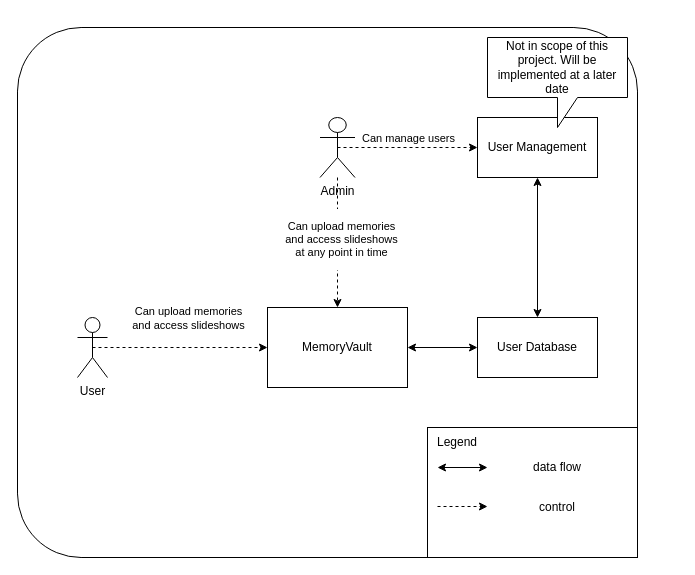
Before: documentation/context_diagram.drawio in togertz/MemoryVault, a draw.io diagram. Source tidied: cells renumbered, new cells numbered last; positions are measured from the earlier drawing's top-left corner, leaving out a move shared by most shapes. Both pictures are drawn from the tidied source at 100%, with x=0, y=0 at pixel (17, 27).
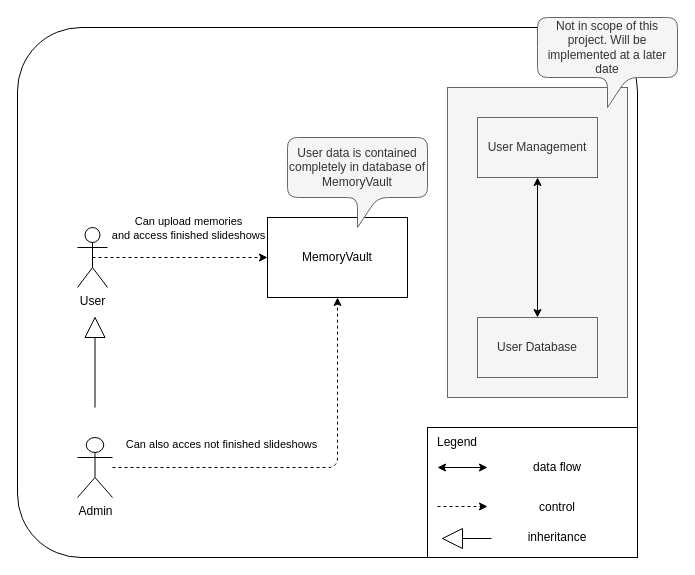
After the change.

Unchanged cells that the change refers to:
```xml
<mxCell id="3" style="edgeStyle=none;html=1;exitX=0.5;exitY=0.5;exitDx=0;exitDy=0;exitPerimeter=0;entryX=0;entryY=0.5;entryDx=0;entryDy=0;dashed=1;" parent="1" edge="1" source="5" target="7">
  <mxGeometry relative="1" as="geometry" />
</mxCell>
```

What changed in the source:
```diff
@@
+    <mxCell id="23" style="rounded=0;whiteSpace=wrap;html=1;fillColor=#f5f5f5;fontColor=#333333;strokeColor=#666666;" parent="1" vertex="1">
+      <mxGeometry x="430" y="60" width="180" height="310" as="geometry" />
+    </mxCell>
@@
-    <mxCell id="4" value="&lt;p&gt;Can upload memories&lt;br&gt;and access slideshows&lt;/p&gt;" style="edgeLabel;html=1;align=center;verticalAlign=middle;" parent="3" vertex="1">
+    <mxCell id="4" value="&lt;p&gt;Can upload memories&lt;br&gt;and access finished slideshows&lt;/p&gt;" style="edgeLabel;html=1;align=center;verticalAlign=middle;" parent="3" vertex="1">
       <mxGeometry x="-0.05" y="4" relative="1" as="geometry">
         <mxPoint x="12" y="-26" as="offset" />
       </mxGeometry>
     </mxCell>
     <mxCell id="5" value="User" style="shape=umlActor;verticalLabelPosition=bottom;verticalAlign=top;html=1;outlineConnect=0;" parent="1" vertex="1">
-      <mxGeometry x="60" y="290" width="30" height="60" as="geometry" />
+      <mxGeometry x="60" y="200" width="30" height="60" as="geometry" />
     </mxCell>
-    <mxCell id="6" style="edgeStyle=none;html=1;exitX=1;exitY=0.5;exitDx=0;exitDy=0;entryX=0;entryY=0.5;entryDx=0;entryDy=0;startArrow=classic;startFill=1;" parent="1" edge="1" source="7" target="8">
-      <mxGeometry relative="1" as="geometry" />
-    </mxCell>
     <mxCell id="7" value="MemoryVault" style="rounded=0;whiteSpace=wrap;html=1;" parent="1" vertex="1">
-      <mxGeometry x="250" y="280" width="140" height="80" as="geometry" />
+      <mxGeometry x="250" y="190" width="140" height="80" as="geometry" />
     </mxCell>
-    <mxCell id="8" value="User Database" style="rounded=0;whiteSpace=wrap;html=1;" parent="1" vertex="1">
+    <mxCell id="8" value="User Database" style="rounded=0;whiteSpace=wrap;html=1;fillColor=#f5f5f5;fontColor=#333333;strokeColor=#666666;shadow=0;" parent="1" vertex="1">
       <mxGeometry x="460" y="290" width="120" height="60" as="geometry" />
     </mxCell>
@@
-    <mxCell id="10" value="User Management" style="rounded=0;whiteSpace=wrap;html=1;" parent="1" vertex="1">
+    <mxCell id="10" value="User Management" style="rounded=0;whiteSpace=wrap;html=1;fillColor=#f5f5f5;fontColor=#333333;strokeColor=#666666;shadow=0;" parent="1" vertex="1">
       <mxGeometry x="460" y="90" width="120" height="60" as="geometry" />
     </mxCell>
-    <mxCell id="11" style="edgeStyle=none;html=1;exitX=0.5;exitY=0.5;exitDx=0;exitDy=0;exitPerimeter=0;entryX=0;entryY=0.5;entryDx=0;entryDy=0;dashed=1;" parent="1" edge="1" source="14" target="10">
-      <mxGeometry relative="1" as="geometry" />
-    </mxCell>
-    <mxCell id="12" value="Can manage users" style="edgeLabel;html=1;align=center;verticalAlign=middle;" parent="11" vertex="1">
-      <mxGeometry x="0.21" y="1" relative="1" as="geometry">
-        <mxPoint x="-15" y="-9" as="offset" />
-      </mxGeometry>
-    </mxCell>
     <mxCell id="13" style="edgeStyle=none;html=1;dashed=1;" parent="1" edge="1" source="14" target="7">
-      <mxGeometry relative="1" as="geometry" />
+      <mxGeometry relative="1" as="geometry">
+        <Array as="points">
+          <mxPoint x="320" y="440" />
+        </Array>
+      </mxGeometry>
     </mxCell>
     <mxCell id="14" value="Admin" style="shape=umlActor;verticalLabelPosition=bottom;verticalAlign=top;html=1;outlineConnect=0;" parent="1" vertex="1">
-      <mxGeometry x="302.5" y="90" width="35" height="60" as="geometry" />
+      <mxGeometry x="60" y="410" width="35" height="60" as="geometry" />
     </mxCell>
-    <mxCell id="15" value="&lt;p&gt;Can upload memories&lt;br&gt;and access slideshows&lt;br&gt;at any point in time&lt;/p&gt;" style="edgeLabel;html=1;align=center;verticalAlign=middle;" parent="1" vertex="1">
-      <mxGeometry x="330" y="210" as="geometry">
+    <mxCell id="15" value="&lt;p&gt;Can also acces not finished slideshows&lt;/p&gt;" style="edgeLabel;html=1;align=center;verticalAlign=middle;" parent="1" vertex="1">
+      <mxGeometry x="210" y="415" as="geometry">
         <mxPoint x="-7" y="1" as="offset" />
       </mxGeometry>
     </mxCell>
-    <mxCell id="16" value="Not in scope of this project. Will be implemented at a later date" style="shape=callout;whiteSpace=wrap;html=1;perimeter=calloutPerimeter;" parent="1" vertex="1">
-      <mxGeometry x="470" y="10" width="140" height="90" as="geometry" />
+    <mxCell id="16" value="Not in scope of this project. Will be implemented at a later date" style="shape=callout;whiteSpace=wrap;html=1;perimeter=calloutPerimeter;fillColor=#f5f5f5;fontColor=#333333;strokeColor=#666666;rounded=1;" parent="1" vertex="1">
+      <mxGeometry x="520" y="-10" width="140" height="90" as="geometry" />
     </mxCell>
@@
+    <mxCell id="24" style="group;" parent="1" vertex="1">
+      <mxGeometry x="67.5" y="290" width="20" height="90" as="geometry" />
+    </mxCell>
+    <mxCell id="25" style="endArrow=none;html=1;entryX=0.5;entryY=1;entryDx=0;entryDy=0;" parent="24" edge="1">
+      <mxGeometry relative="1" as="geometry">
+        <mxPoint x="10" y="90" as="sourcePoint" />
+        <mxPoint x="10" y="20" as="targetPoint" />
+      </mxGeometry>
+    </mxCell>
+    <mxCell id="26" style="triangle;whiteSpace=wrap;html=1;rotation=-90;" parent="24" vertex="1">
+      <mxGeometry width="20" height="20" as="geometry" />
+    </mxCell>
+    <mxCell id="27" value="User data is contained completely in database of MemoryVault" style="shape=callout;whiteSpace=wrap;html=1;perimeter=calloutPerimeter;fillColor=#f5f5f5;fontColor=#333333;strokeColor=#666666;rounded=1;" parent="1" vertex="1">
+      <mxGeometry x="270" y="110" width="140" height="90" as="geometry" />
+    </mxCell>
+    <mxCell id="28" style="group;rotation=-90;" parent="1" vertex="1">
+      <mxGeometry x="460" y="466" width="20" height="90" as="geometry" />
+    </mxCell>
+    <mxCell id="29" style="endArrow=none;html=1;entryX=0.5;entryY=1;entryDx=0;entryDy=0;" parent="28" edge="1">
+      <mxGeometry relative="1" as="geometry">
+        <mxPoint x="14" y="45" as="sourcePoint" />
+        <mxPoint x="-16" y="45" as="targetPoint" />
+      </mxGeometry>
+    </mxCell>
+    <mxCell id="30" style="triangle;whiteSpace=wrap;html=1;rotation=-180;" parent="28" vertex="1">
+      <mxGeometry x="-35" y="35" width="20" height="20" as="geometry" />
+    </mxCell>
+    <mxCell id="31" value="inheritance" style="text;html=1;align=center;verticalAlign=middle;whiteSpace=wrap;rounded=0;" parent="1" vertex="1">
+      <mxGeometry x="490" y="495" width="100" height="30" as="geometry" />
+    </mxCell>
```
